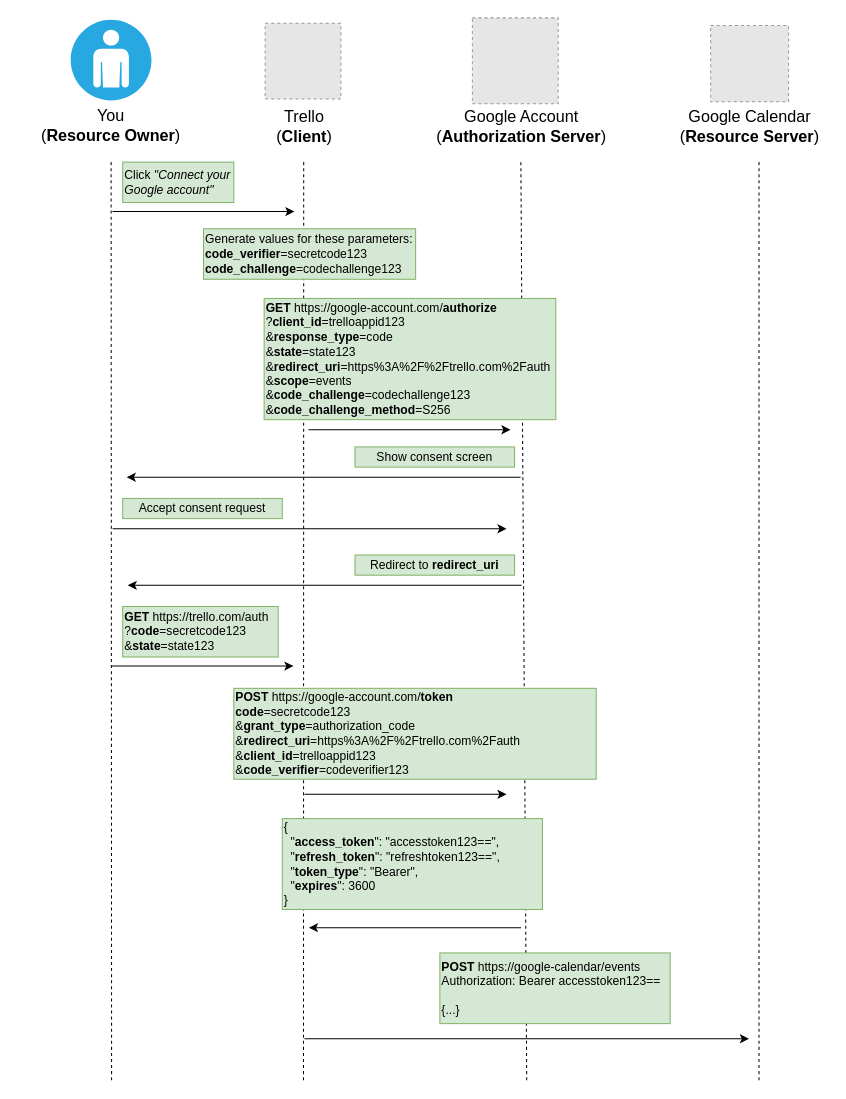
Before: page "Auth code PKCE" (4 of 12) of notes/oauth2-and-openid-connect/diagrams/oauth2.drawio in labarilem/notes, a draw.io diagram. Source tidied: cells renumbered, new cells numbered last; positions are measured from the earlier drawing's top-left corner, leaving out a move shared by most shapes. Both pictures are drawn from the tidied source at 101%, with x=0, y=0 at pixel (17, 17). Pictures stored in the file or linked from it are replaced by grey dashed boxes.
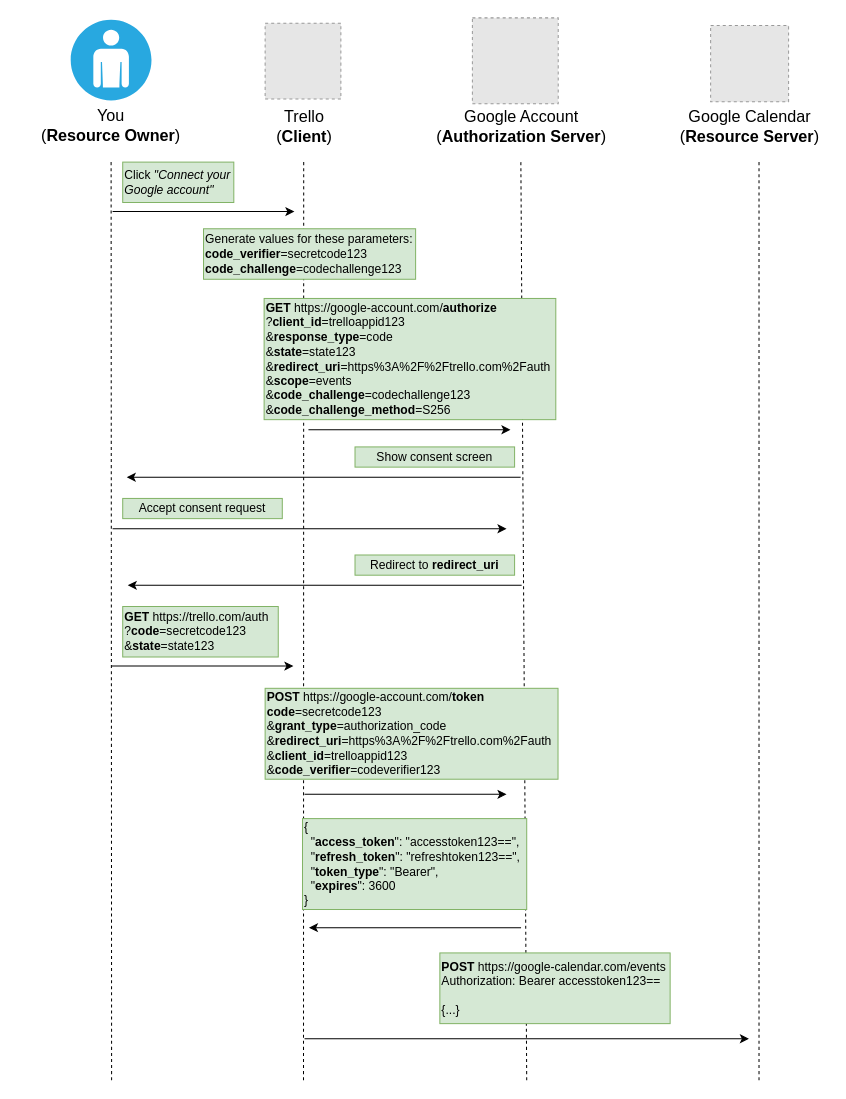
After the change.

What changed in the source:
```diff
@@
     <mxCell id="26" value="&lt;div style=&quot;white-space: normal&quot;&gt;&lt;div&gt;&lt;b&gt;POST&lt;/b&gt;&amp;nbsp;https://google-account.com/&lt;b&gt;token&lt;/b&gt;&lt;/div&gt;&lt;div&gt;&lt;b&gt;code&lt;/b&gt;=secretcode123&lt;/div&gt;&lt;div&gt;&amp;amp;&lt;b&gt;grant_type&lt;/b&gt;=authorization_code&lt;/div&gt;&lt;div&gt;&amp;amp;&lt;b&gt;redirect_uri&lt;/b&gt;=&lt;span&gt;https%3A%2F%2Ftrello.com%2Fauth&lt;/span&gt;&lt;/div&gt;&lt;div&gt;&amp;amp;&lt;b&gt;client_id&lt;/b&gt;=trelloappid123&lt;/div&gt;&lt;div&gt;&amp;amp;&lt;b&gt;code_verifier&lt;/b&gt;=codeverifier123&lt;/div&gt;&lt;/div&gt;" style="rounded=0;whiteSpace=wrap;html=1;align=left;labelBackgroundColor=none;fillColor=#d5e8d4;strokeColor=#82b366;" parent="1" vertex="1">
-      <mxGeometry x="214" y="664" width="358.8" height="90" as="geometry" />
+      <mxGeometry x="245" y="664" width="290" height="90" as="geometry" />
     </mxCell>
@@
     <mxCell id="28" value="&lt;div style=&quot;white-space: normal&quot;&gt;&lt;div&gt;{&lt;/div&gt;&lt;div&gt;&amp;nbsp; &quot;&lt;b&gt;access_token&lt;/b&gt;&quot;: &quot;accesstoken123==&quot;,&lt;/div&gt;&lt;div&gt;&amp;nbsp; &quot;&lt;b&gt;refresh_token&lt;/b&gt;&quot;: &quot;refreshtoken123==&quot;,&lt;/div&gt;&lt;div&gt;&amp;nbsp; &quot;&lt;b&gt;token_type&lt;/b&gt;&quot;: &quot;Bearer&quot;,&lt;/div&gt;&lt;div&gt;&amp;nbsp; &quot;&lt;b&gt;expires&lt;/b&gt;&quot;: 3600&lt;/div&gt;&lt;div&gt;}&lt;/div&gt;&lt;/div&gt;" style="rounded=0;whiteSpace=wrap;html=1;align=left;labelBackgroundColor=none;fillColor=#d5e8d4;strokeColor=#82b366;" parent="1" vertex="1">
-      <mxGeometry x="262" y="793" width="257.6" height="90" as="geometry" />
+      <mxGeometry x="282" y="793" width="222" height="90" as="geometry" />
     </mxCell>
@@
-    <mxCell id="30" value="&lt;b&gt;POST&lt;/b&gt; https://google-calendar/events&lt;br&gt;&lt;div&gt;&lt;span&gt;Authorization: Bearer accesstoken123==&lt;/span&gt;&lt;/div&gt;&lt;div&gt;&lt;span&gt;&lt;br&gt;&lt;/span&gt;&lt;/div&gt;&lt;div&gt;&lt;span&gt;{...}&lt;/span&gt;&lt;/div&gt;" style="rounded=0;whiteSpace=wrap;html=1;labelBackgroundColor=none;align=left;fillColor=#d5e8d4;strokeColor=#82b366;" parent="1" vertex="1">
+    <mxCell id="30" value="&lt;b&gt;POST&lt;/b&gt; https://google-calendar.com/events&lt;br&gt;&lt;div&gt;&lt;span&gt;Authorization: Bearer accesstoken123==&lt;/span&gt;&lt;/div&gt;&lt;div&gt;&lt;span&gt;&lt;br&gt;&lt;/span&gt;&lt;/div&gt;&lt;div&gt;&lt;span&gt;{...}&lt;/span&gt;&lt;/div&gt;" style="rounded=0;whiteSpace=wrap;html=1;labelBackgroundColor=none;align=left;fillColor=#d5e8d4;strokeColor=#82b366;" parent="1" vertex="1">
       <mxGeometry x="418" y="926" width="228" height="70" as="geometry" />
     </mxCell>
```
